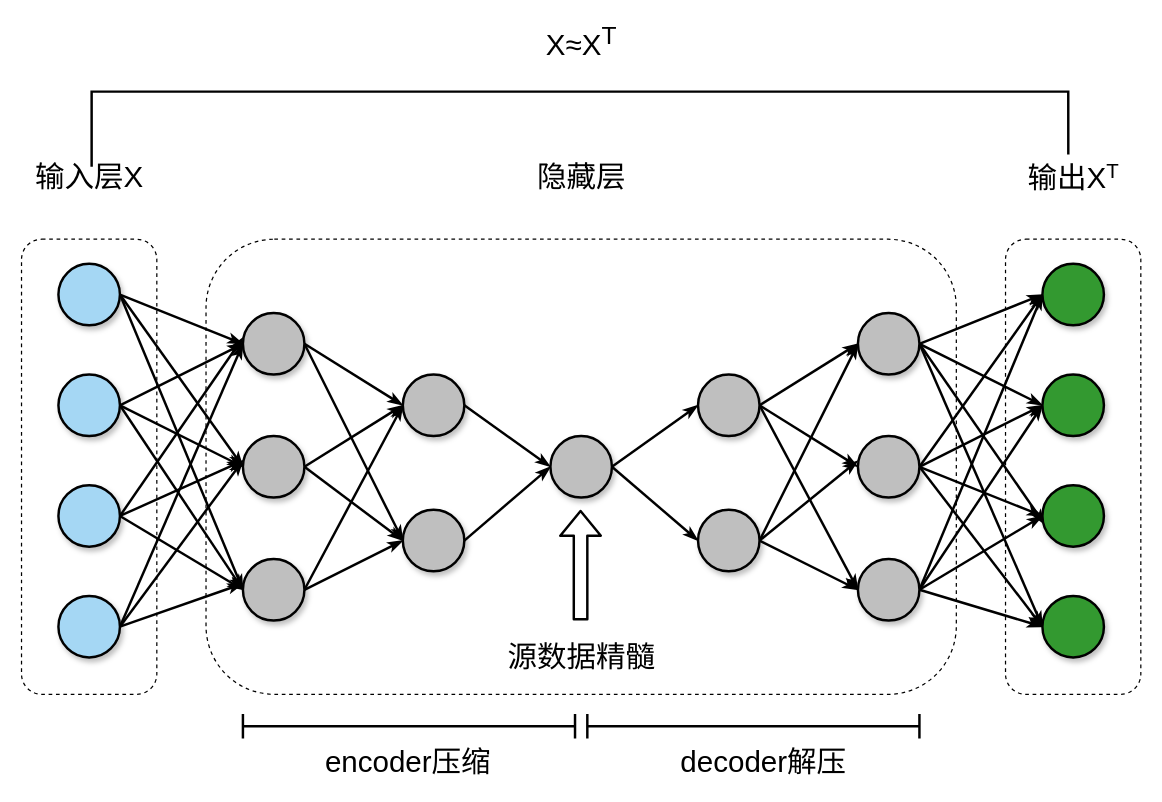
Above: page "Page-28" (25 of 25) of 频道首页执行流程.drawio in hpk1994/shophome (draw.io), before the change. Source tidied: cells renumbered, new cells numbered last; positions are measured from the earlier drawing's top-left corner, leaving out a move shared by most shapes. Both pictures are drawn from the tidied source at 123%, with x=0, y=0 at pixel (21, 23).
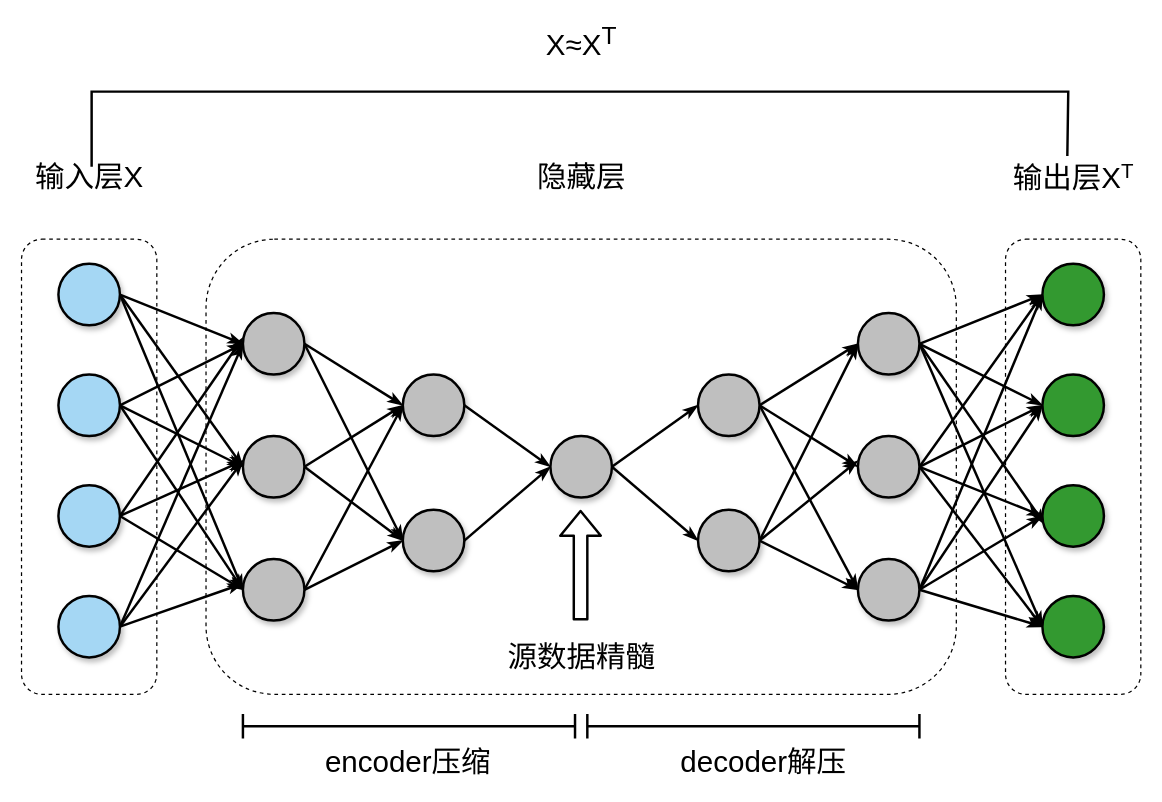
After the change.

Commit message:
Update 频道首页执行流程.drawio

Diff of the diagram source:
```diff
@@
-    <mxCell id="65" value="&lt;span style=&quot;font-size: 24px&quot;&gt;输出X&lt;/span&gt;&lt;span style=&quot;font-size: 20px&quot;&gt;&lt;sup&gt;T&lt;/sup&gt;&lt;/span&gt;" style="text;html=1;align=center;verticalAlign=middle;points=[];" parent="1" vertex="1">
-      <mxGeometry x="810" y="110" width="90" height="30" as="geometry" />
+    <mxCell id="65" value="&lt;span style=&quot;font-size: 24px&quot;&gt;输出层X&lt;/span&gt;&lt;span style=&quot;font-size: 20px&quot;&gt;&lt;sup&gt;T&lt;/sup&gt;&lt;/span&gt;" style="text;html=1;align=center;verticalAlign=middle;points=[];" parent="1" vertex="1">
+      <mxGeometry x="801" y="111" width="108" height="28" as="geometry" />
     </mxCell>
```
